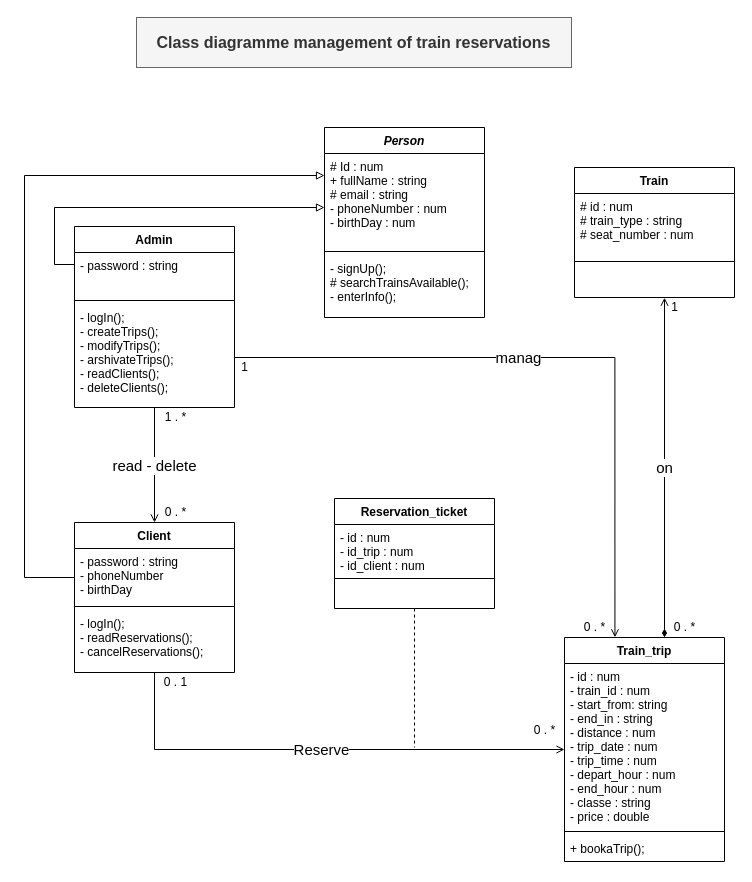
Before: UML/diagram-class.drawio in daalimouhcine/save_train, a draw.io diagram. Source tidied: cells renumbered, new cells numbered last; positions are measured from the earlier drawing's top-left corner, leaving out a move shared by most shapes. Both pictures are drawn from the tidied source at 100%, with x=0, y=0 at pixel (24, 17).
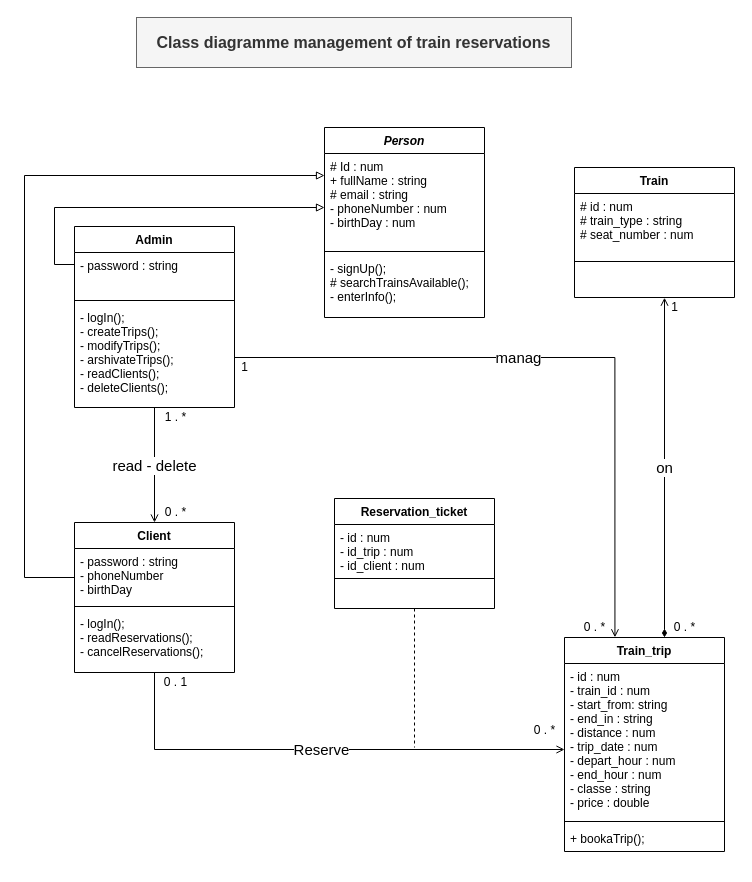
Above is the later version.

Commit message (it also covers changes not shown here):
remove trip time propriety from the trip class

Change to the diagram source:
```diff
@@
     <mxCell id="11" value="Train_trip" style="swimlane;fontStyle=1;align=center;verticalAlign=top;horizontal=1;startSize=26;rounded=0;shadow=0;strokeWidth=1;" parent="1" vertex="1">
-      <mxGeometry x="540" y="620" width="160" height="224" as="geometry" />
+      <mxGeometry x="540" y="620" width="160" height="214" as="geometry" />
     </mxCell>
-    <mxCell id="12" value="- id : num&#10;- train_id : num&#10;- start_from: string&#10;- end_in : string&#10;- distance : num&#10;- trip_date : num&#10;- trip_time : num&#10;- depart_hour : num&#10;- end_hour : num&#10;- classe : string&#10;- price : double" style="text;align=left;verticalAlign=top;spacingLeft=4;spacingRight=4;overflow=hidden;rounded=0;shadow=0;html=0;" parent="11" vertex="1">
-      <mxGeometry y="26" width="160" height="164" as="geometry" />
+    <mxCell id="12" value="- id : num&#10;- train_id : num&#10;- start_from: string&#10;- end_in : string&#10;- distance : num&#10;- trip_date : num&#10;- depart_hour : num&#10;- end_hour : num&#10;- classe : string&#10;- price : double" style="text;align=left;verticalAlign=top;spacingLeft=4;spacingRight=4;overflow=hidden;rounded=0;shadow=0;html=0;" parent="11" vertex="1">
+      <mxGeometry y="26" width="160" height="154" as="geometry" />
     </mxCell>
     <mxCell id="13" style="line;html=1;strokeWidth=1;align=left;verticalAlign=middle;spacingTop=-1;spacingLeft=3;spacingRight=3;labelPosition=right;" parent="11" vertex="1">
-      <mxGeometry y="190" width="160" height="8" as="geometry" />
+      <mxGeometry y="180" width="160" height="8" as="geometry" />
     </mxCell>
     <mxCell id="14" value="+ bookaTrip();" style="text;align=left;verticalAlign=top;spacingLeft=4;spacingRight=4;overflow=hidden;" parent="11" vertex="1">
-      <mxGeometry y="198" width="160" height="26" as="geometry" />
+      <mxGeometry y="188" width="160" height="26" as="geometry" />
     </mxCell>
```
